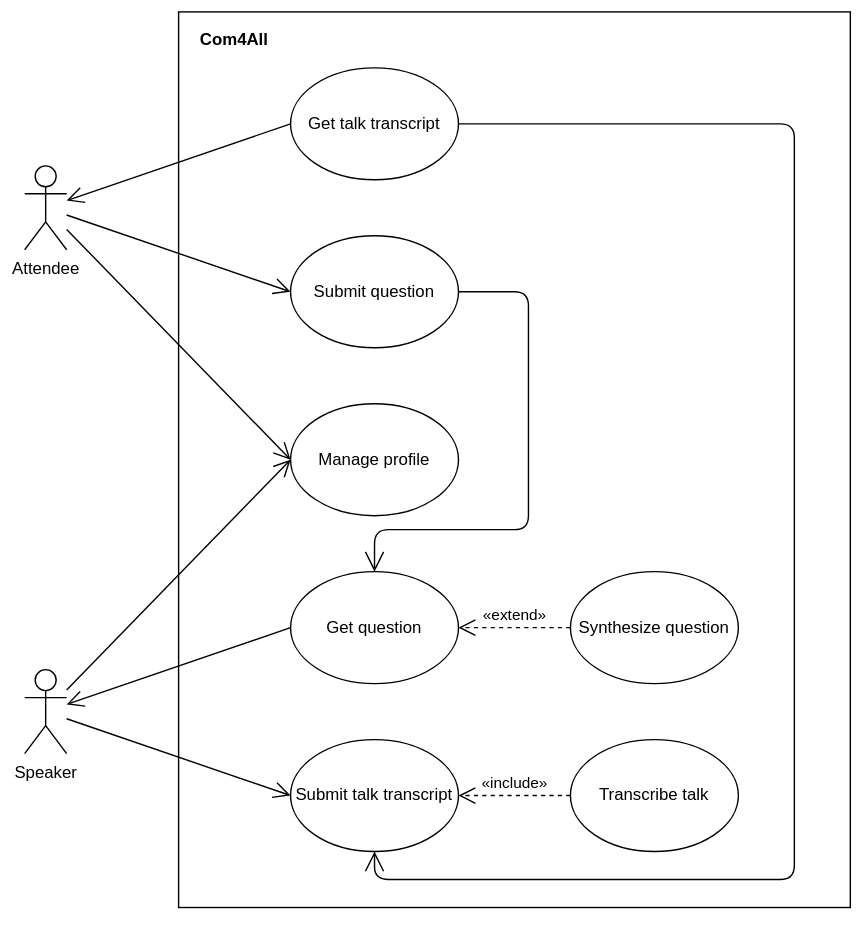
Earlier version of the draw.io export images/use-cases.svg (FEUP-ESOF-2020-21/open-cx-t2g4). Source tidied: cells renumbered, new cells last; positions are measured from the earlier drawing's top-left corner, leaving out a move shared by most shapes. Source of this version:
```xml
<mxGraphModel>
  <root>
    <mxCell id="0" />
    <mxCell id="1" parent="0" />
    <mxCell id="2" style="rounded=0;whiteSpace=wrap;html=1;fillColor=none;" parent="1" vertex="1">
      <mxGeometry x="110" width="480" height="640" as="geometry" />
    </mxCell>
    <mxCell id="3" value="Attendee" style="shape=umlActor;verticalLabelPosition=bottom;verticalAlign=top;html=1;outlineConnect=0;" parent="1" vertex="1">
      <mxGeometry y="110" width="30" height="60" as="geometry" />
    </mxCell>
    <mxCell id="4" value="Speaker" style="shape=umlActor;verticalLabelPosition=bottom;verticalAlign=top;html=1;outlineConnect=0;" parent="1" vertex="1">
      <mxGeometry y="470" width="30" height="60" as="geometry" />
    </mxCell>
    <mxCell id="5" value="Get talk transcript " style="ellipse;whiteSpace=wrap;html=1;" parent="1" vertex="1">
      <mxGeometry x="190" y="40" width="120" height="80" as="geometry" />
    </mxCell>
    <mxCell id="6" value="Com4All" style="text;html=1;strokeColor=none;fillColor=none;align=center;verticalAlign=middle;whiteSpace=wrap;rounded=0;fontStyle=1;" parent="1" vertex="1">
      <mxGeometry x="110" width="80" height="40" as="geometry" />
    </mxCell>
    <mxCell id="7" value="Submit question" style="ellipse;whiteSpace=wrap;html=1;" parent="1" vertex="1">
      <mxGeometry x="190" y="160" width="120" height="80" as="geometry" />
    </mxCell>
    <mxCell id="8" style="endArrow=none;html=1;entryX=0;entryY=0.5;entryDx=0;entryDy=0;startArrow=open;startFill=0;startSize=10;" parent="1" edge="1" source="3" target="5">
      <mxGeometry relative="1" as="geometry" />
    </mxCell>
    <mxCell id="9" style="endArrow=open;html=1;entryX=0;entryY=0.5;entryDx=0;entryDy=0;endFill=0;endSize=10;" parent="1" edge="1" source="3" target="7">
      <mxGeometry relative="1" as="geometry" />
    </mxCell>
    <mxCell id="10" value="Transcribe talk" style="ellipse;whiteSpace=wrap;html=1;" parent="1" vertex="1">
      <mxGeometry x="390" y="520" width="120" height="80" as="geometry" />
    </mxCell>
    <mxCell id="11" style="endArrow=open;html=1;entryX=0;entryY=0.5;entryDx=0;entryDy=0;endFill=0;endSize=10;" parent="1" edge="1" source="4" target="16">
      <mxGeometry relative="1" as="geometry" />
    </mxCell>
    <mxCell id="12" value="Synthesize question" style="ellipse;whiteSpace=wrap;html=1;" parent="1" vertex="1">
      <mxGeometry x="390" y="400" width="120" height="80" as="geometry" />
    </mxCell>
    <mxCell id="13" style="endArrow=none;html=1;startArrow=open;startFill=0;startSize=10;entryX=0;entryY=0.5;entryDx=0;entryDy=0;" parent="1" edge="1" source="4" target="18">
      <mxGeometry relative="1" as="geometry" />
    </mxCell>
    <mxCell id="14" value="Manage profile" style="ellipse;whiteSpace=wrap;html=1;" parent="1" vertex="1">
      <mxGeometry x="190" y="280" width="120" height="80" as="geometry" />
    </mxCell>
    <mxCell id="15" style="endArrow=open;html=1;entryX=0;entryY=0.5;entryDx=0;entryDy=0;endFill=0;endSize=10;" parent="1" edge="1" source="4" target="14">
      <mxGeometry relative="1" as="geometry" />
    </mxCell>
    <mxCell id="16" value="Submit talk transcript" style="ellipse;whiteSpace=wrap;html=1;" parent="1" vertex="1">
      <mxGeometry x="190" y="520" width="120" height="80" as="geometry" />
    </mxCell>
    <mxCell id="17" value="«include»" style="endArrow=open;html=1;endFill=0;endSize=10;entryX=1;entryY=0.5;entryDx=0;entryDy=0;dashed=1;verticalAlign=bottom;exitX=0;exitY=0.5;exitDx=0;exitDy=0;" parent="1" edge="1" source="10" target="16">
      <mxGeometry relative="1" as="geometry" />
    </mxCell>
    <mxCell id="18" value="Get question" style="ellipse;whiteSpace=wrap;html=1;" parent="1" vertex="1">
      <mxGeometry x="190" y="400" width="120" height="80" as="geometry" />
    </mxCell>
    <mxCell id="19" value="«extend»" style="endArrow=open;html=1;endFill=0;endSize=10;exitX=0;exitY=0.5;exitDx=0;exitDy=0;dashed=1;verticalAlign=bottom;entryX=1;entryY=0.5;entryDx=0;entryDy=0;" parent="1" edge="1" source="12" target="18">
      <mxGeometry relative="1" as="geometry" />
    </mxCell>
    <mxCell id="20" style="endArrow=open;html=1;endFill=0;endSize=10;" parent="1" edge="1" source="3">
      <mxGeometry relative="1" as="geometry">
        <mxPoint x="190" y="320" as="targetPoint" />
      </mxGeometry>
    </mxCell>
    <mxCell id="21" style="endArrow=open;endFill=1;endSize=12;html=1;exitX=1;exitY=0.5;exitDx=0;exitDy=0;entryX=0.5;entryY=1;entryDx=0;entryDy=0;" parent="1" edge="1" source="5" target="16">
      <mxGeometry relative="1" as="geometry">
        <Array as="points">
          <mxPoint x="550" y="80" />
          <mxPoint x="550" y="620" />
          <mxPoint x="250" y="620" />
        </Array>
      </mxGeometry>
    </mxCell>
    <mxCell id="22" style="endArrow=open;endFill=1;endSize=12;html=1;exitX=1;exitY=0.5;exitDx=0;exitDy=0;entryX=0.5;entryY=0;entryDx=0;entryDy=0;" parent="1" edge="1" source="7" target="18">
      <mxGeometry relative="1" as="geometry">
        <Array as="points">
          <mxPoint x="360" y="200" />
          <mxPoint x="360" y="370" />
          <mxPoint x="250" y="370" />
        </Array>
      </mxGeometry>
    </mxCell>
  </root>
</mxGraphModel>
```
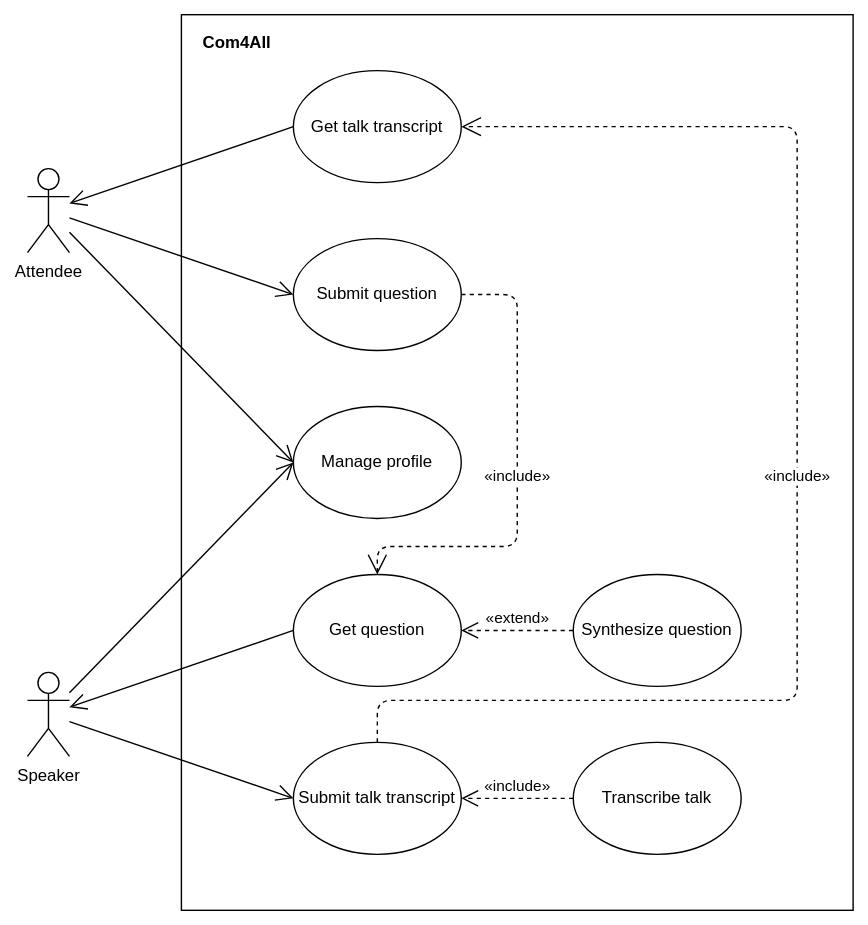
Above is the later version.

Commit message:
added updated use-cases

Diff of the diagram source:
```diff
@@ -56,28 +56,28 @@
     <mxCell id="19" value="«extend»" style="endArrow=open;html=1;endFill=0;endSize=10;exitX=0;exitY=0.5;exitDx=0;exitDy=0;dashed=1;verticalAlign=bottom;entryX=1;entryY=0.5;entryDx=0;entryDy=0;" parent="1" edge="1" source="12" target="18">
       <mxGeometry relative="1" as="geometry" />
     </mxCell>
-    <mxCell id="20" style="endArrow=open;html=1;endFill=0;endSize=10;" parent="1" edge="1" source="3">
-      <mxGeometry relative="1" as="geometry">
-        <mxPoint x="190" y="320" as="targetPoint" />
-      </mxGeometry>
-    </mxCell>
-    <mxCell id="21" style="endArrow=open;endFill=1;endSize=12;html=1;exitX=1;exitY=0.5;exitDx=0;exitDy=0;entryX=0.5;entryY=1;entryDx=0;entryDy=0;" parent="1" edge="1" source="5" target="16">
-      <mxGeometry relative="1" as="geometry">
-        <Array as="points">
-          <mxPoint x="550" y="80" />
-          <mxPoint x="550" y="620" />
-          <mxPoint x="250" y="620" />
-        </Array>
-      </mxGeometry>
-    </mxCell>
+    <mxCell id="23" style="endArrow=open;html=1;endFill=0;endSize=10;" parent="1" edge="1" source="3">
+      <mxGeometry relative="1" as="geometry">
+        <mxPoint x="190" y="320" as="targetPoint" />
+      </mxGeometry>
+    </mxCell>
-    <mxCell id="22" style="endArrow=open;endFill=1;endSize=12;html=1;exitX=1;exitY=0.5;exitDx=0;exitDy=0;entryX=0.5;entryY=0;entryDx=0;entryDy=0;" parent="1" edge="1" source="7" target="18">
+    <mxCell id="22" value="&lt;div&gt;«include»&lt;/div&gt;" style="endArrow=open;endSize=12;dashed=1;html=1;exitX=1;exitY=0.5;exitDx=0;exitDy=0;entryX=0.5;entryY=0;entryDx=0;entryDy=0;" parent="1" edge="1" source="7" target="18">
       <mxGeometry relative="1" as="geometry">
         <Array as="points">
-          <mxPoint x="360" y="200" />
-          <mxPoint x="360" y="370" />
-          <mxPoint x="250" y="370" />
+          <mxPoint x="350" y="200" />
+          <mxPoint x="350" y="380" />
+          <mxPoint x="250" y="380" />
         </Array>
       </mxGeometry>
     </mxCell>
+    <mxCell id="24" value="«include»" style="endArrow=open;endSize=12;dashed=1;html=1;exitX=0.5;exitY=0;exitDx=0;exitDy=0;entryX=1;entryY=0.5;entryDx=0;entryDy=0;" parent="1" edge="1" source="16" target="5">
+      <mxGeometry relative="1" as="geometry">
+        <Array as="points">
+          <mxPoint x="250" y="490" />
+          <mxPoint x="550" y="490" />
+          <mxPoint x="550" y="80" />
+        </Array>
+      </mxGeometry>
+    </mxCell>
   </root>
 </mxGraphModel>
```
